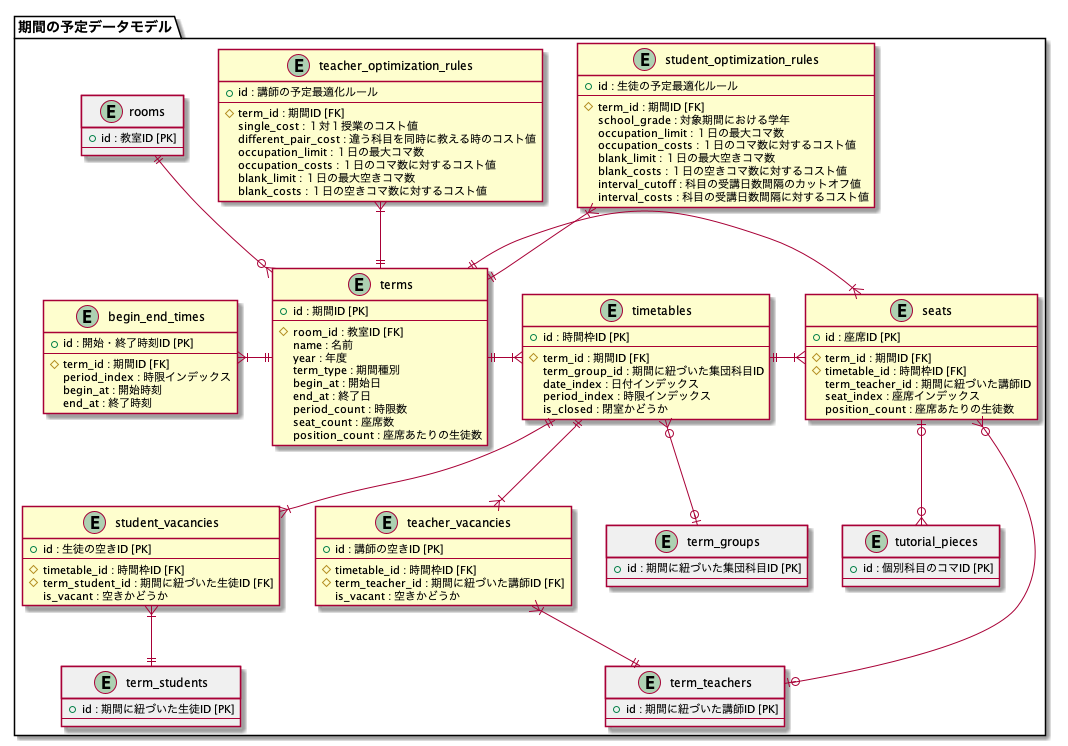
Earlier version of the PlantUML export application/doc/term_schedule_data_model.png (mass584/rakuraku_komagumi).
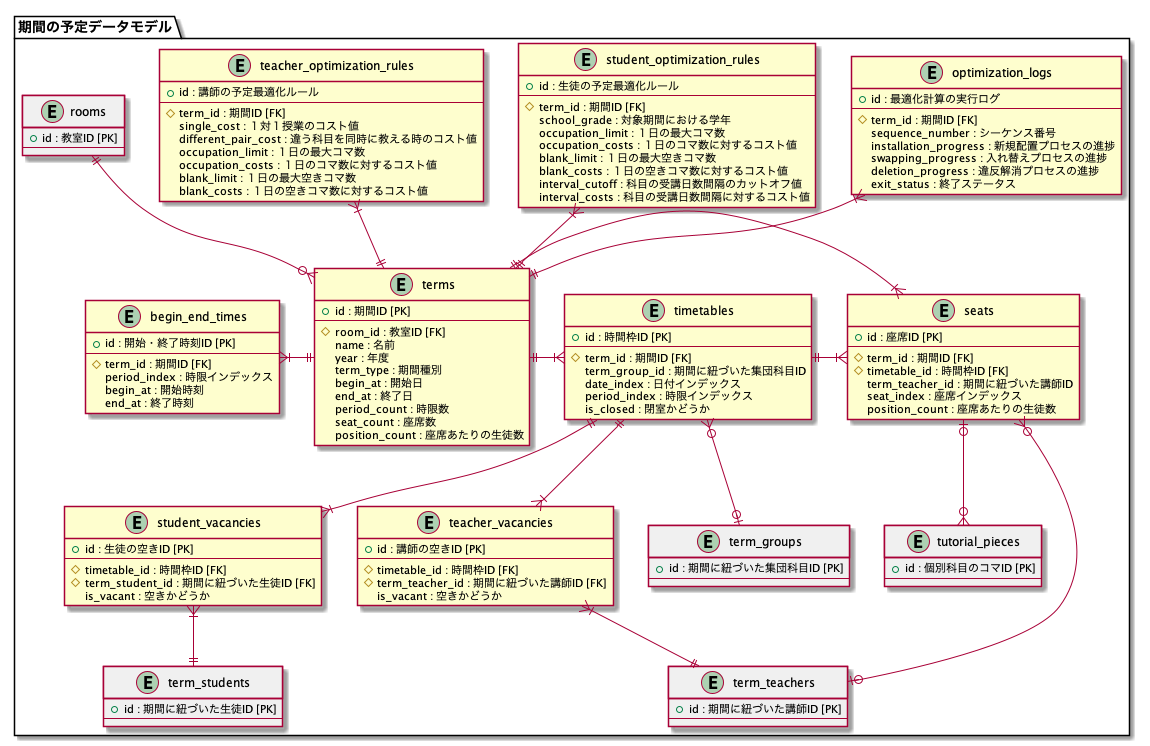
The same file after the commit.

Commit message:
optimization_logモデルをdocumentに追加

The edit, as a diff of the source:
```diff
@@ -43,6 +43,17 @@
     occupation_costs : １日のコマ数に対するコスト値
     blank_limit : １日の最大空きコマ数
     blank_costs : １日の空きコマ数に対するコスト値
+  }
+
+  entity "optimization_logs" {
+    + id : 最適化計算の実行ログ
+    --
+    # term_id : 期間ID [FK]
+    sequence_number : シーケンス番号
+    installation_progress : 新規配置プロセスの進捗
+    swapping_progress : 入れ替えプロセスの進捗
+    deletion_progress : 違反解消プロセスの進捗
+    exit_status : 終了ステータス
   }
 
   entity "term_students" #F0F0F0 {
@@ -114,6 +125,7 @@
 rooms ||-do-o{ terms
 terms ||-up-|{ teacher_optimization_rules
 terms ||-up-|{ student_optimization_rules
+terms ||-up-|{ optimization_logs
 terms ||-le-|{ begin_end_times
 terms ||-ri-|{ timetables
 terms ||-ri-|{ seats
```
